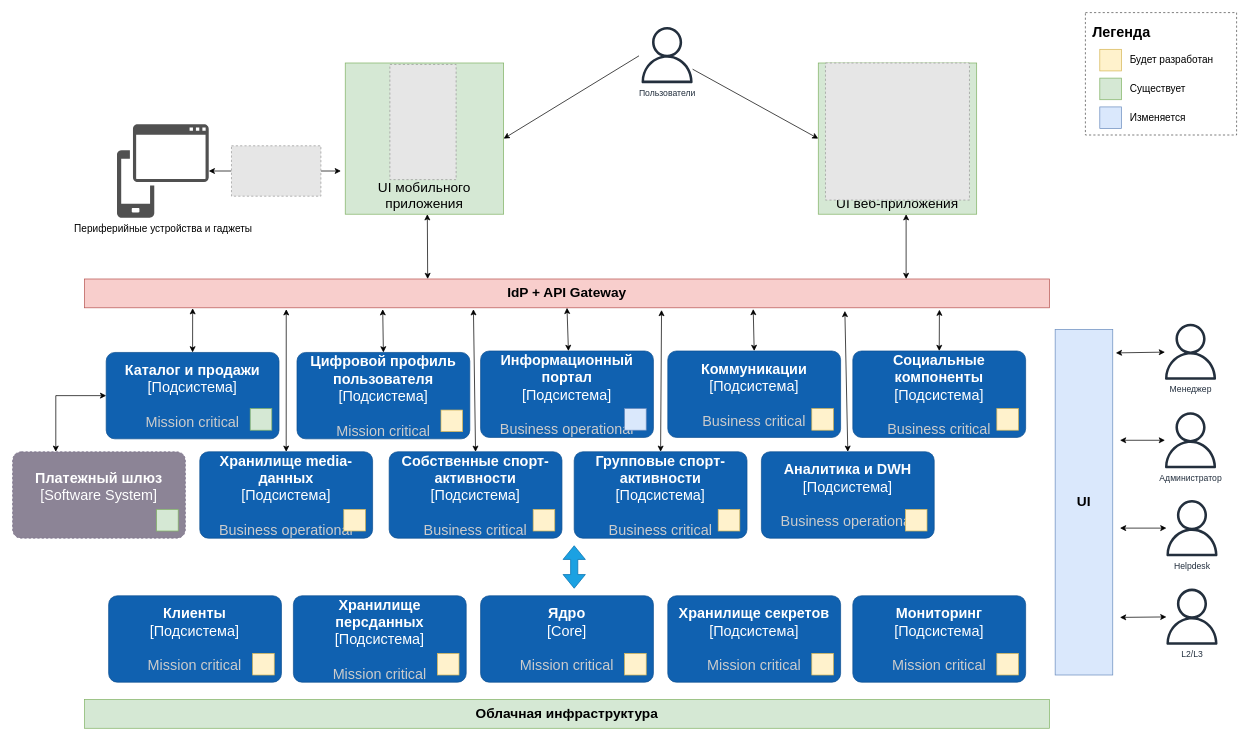
Above: Architecture/Context/Context.drawio in london08/SAD (draw.io), before the change. Source tidied: cells renumbered, new cells numbered last; positions are measured from the earlier drawing's top-left corner, leaving out a move shared by most shapes. Both pictures are drawn from the tidied source at 72%, with x=0, y=0 at pixel (12, 12). Pictures stored in the file or linked from it are replaced by grey dashed boxes.
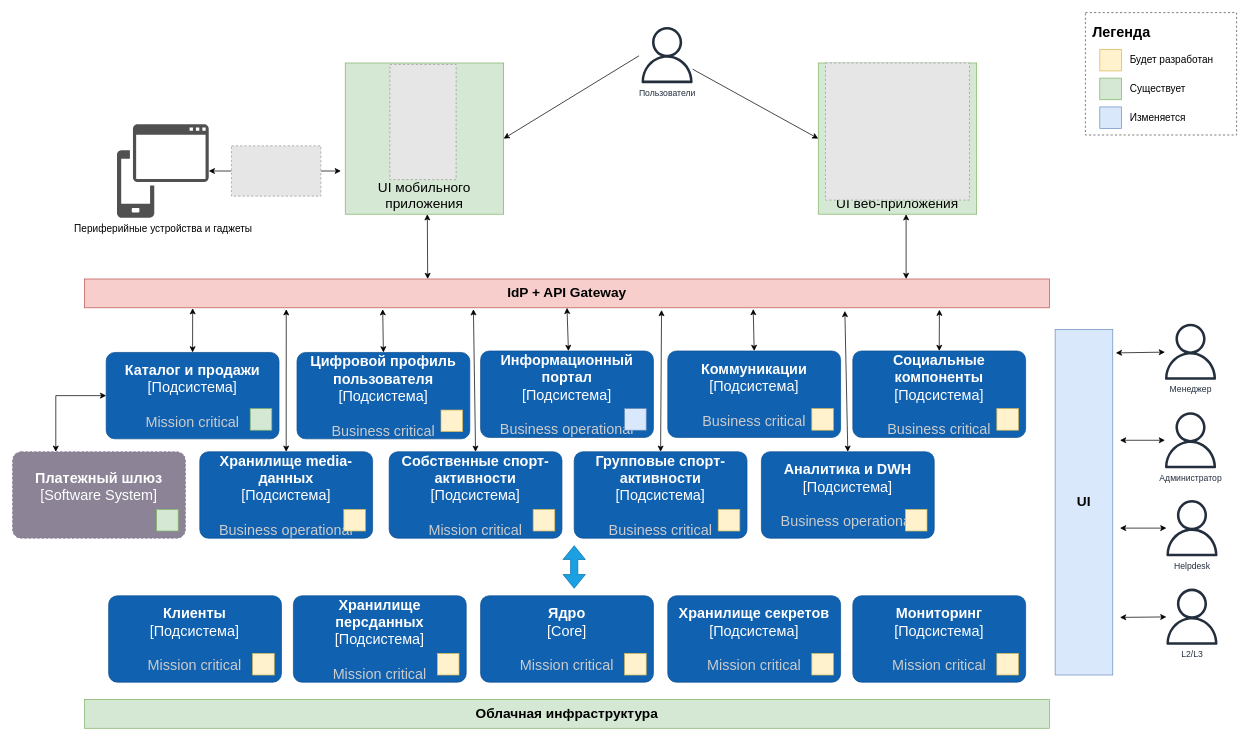
The same page after the edit.

The change refers to these unchanged cells:
```xml
<mxCell id="39" style="group;fontSize=21;" parent="1" vertex="1">
  <mxGeometry x="395" y="472" width="240" height="120" as="geometry" />
</mxCell>
<mxCell id="42" style="group;fontSize=21;" parent="1" vertex="1">
  <mxGeometry x="523" y="610" width="240" height="120" as="geometry" />
</mxCell>
```

The edit, as a diff of the source:
```diff
@@
-    <object id="40" label="&lt;font style=&quot;font-size: 20px;&quot;&gt;&lt;b style=&quot;font-size: 20px;&quot;&gt;%c4Name%&lt;/b&gt;&lt;/font&gt;&lt;div style=&quot;font-size: 20px;&quot;&gt;[%c4Type%]&lt;/div&gt;&lt;br style=&quot;font-size: 20px;&quot;&gt;&lt;div style=&quot;font-size: 20px;&quot;&gt;&lt;font style=&quot;font-size: 20px;&quot;&gt;&lt;font color=&quot;#cccccc&quot; style=&quot;font-size: 20px;&quot;&gt;%c4Description%&lt;/font&gt;&lt;/font&gt;&lt;/div&gt;" c4Description="Mission critical" c4Name="Цифровой профиль пользователя" c4Type="Подсистема" placeholders="1">
+    <object id="40" label="&lt;font style=&quot;font-size: 20px;&quot;&gt;&lt;b style=&quot;font-size: 20px;&quot;&gt;%c4Name%&lt;/b&gt;&lt;/font&gt;&lt;div style=&quot;font-size: 20px;&quot;&gt;[%c4Type%]&lt;/div&gt;&lt;br style=&quot;font-size: 20px;&quot;&gt;&lt;div style=&quot;font-size: 20px;&quot;&gt;&lt;font style=&quot;font-size: 20px;&quot;&gt;&lt;font color=&quot;#cccccc&quot; style=&quot;font-size: 20px;&quot;&gt;%c4Description%&lt;/font&gt;&lt;/font&gt;&lt;/div&gt;" c4Description="Business critical" c4Name="Цифровой профиль пользователя" c4Type="Подсистема" placeholders="1">
       <mxCell style="rounded=1;whiteSpace=wrap;html=1;labelBackgroundColor=none;fillColor=#1061B0;fontColor=#ffffff;align=center;arcSize=10;strokeColor=#0D5091;points=[[0.25,0,0],[0.5,0,0],[0.75,0,0],[1,0.25,0],[1,0.5,0],[1,0.75,0],[0.75,1,0],[0.5,1,0],[0.25,1,0],[0,0.75,0],[0,0.5,0],[0,0.25,0]];fontSize=20;" parent="39" vertex="1">
         <mxGeometry width="240" height="120" as="geometry" />
       </mxCell>
     </object>
@@
-    <object id="43" label="&lt;font style=&quot;font-size: 20px;&quot;&gt;&lt;b style=&quot;font-size: 20px;&quot;&gt;%c4Name%&lt;/b&gt;&lt;/font&gt;&lt;div style=&quot;font-size: 20px;&quot;&gt;[%c4Type%]&lt;/div&gt;&lt;br style=&quot;font-size: 20px;&quot;&gt;&lt;div style=&quot;font-size: 20px;&quot;&gt;&lt;font style=&quot;font-size: 20px;&quot;&gt;&lt;font color=&quot;#cccccc&quot; style=&quot;font-size: 20px;&quot;&gt;%c4Description%&lt;/font&gt;&lt;/font&gt;&lt;/div&gt;" c4Description="Business critical" c4Name="Cобственные спорт-активности" c4Type="Подсистема" placeholders="1">
+    <object id="43" label="&lt;font style=&quot;font-size: 20px;&quot;&gt;&lt;b style=&quot;font-size: 20px;&quot;&gt;%c4Name%&lt;/b&gt;&lt;/font&gt;&lt;div style=&quot;font-size: 20px;&quot;&gt;[%c4Type%]&lt;/div&gt;&lt;br style=&quot;font-size: 20px;&quot;&gt;&lt;div style=&quot;font-size: 20px;&quot;&gt;&lt;font style=&quot;font-size: 20px;&quot;&gt;&lt;font color=&quot;#cccccc&quot; style=&quot;font-size: 20px;&quot;&gt;%c4Description%&lt;/font&gt;&lt;/font&gt;&lt;/div&gt;" c4Description="Mission critical" c4Name="Cобственные спорт-активности" c4Type="Подсистема" placeholders="1">
       <mxCell style="rounded=1;whiteSpace=wrap;html=1;labelBackgroundColor=none;fillColor=#1061B0;fontColor=#ffffff;align=center;arcSize=10;strokeColor=#0D5091;points=[[0.25,0,0],[0.5,0,0],[0.75,0,0],[1,0.25,0],[1,0.5,0],[1,0.75,0],[0.75,1,0],[0.5,1,0],[0.25,1,0],[0,0.75,0],[0,0.5,0],[0,0.25,0]];fontSize=20;" parent="42" vertex="1">
         <mxGeometry width="240" height="120" as="geometry" />
       </mxCell>
     </object>
```
